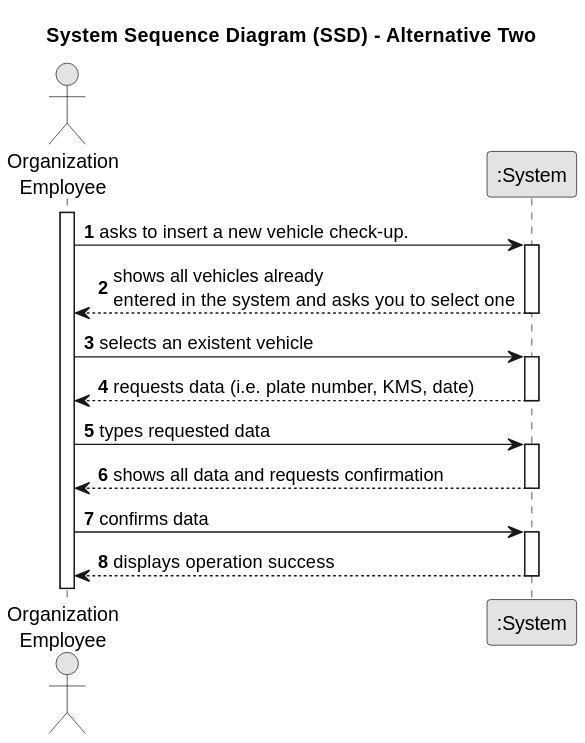
Earlier version of the PlantUML export docs/sprintA&B/us007/01.requirements-engineering/svg/us007-system-sequence-diagram-alternative-two.svg (daniel41silva05/ISEP_2023_2024_LAPR2). Its diagram source:
```plantuml
@startuml
skinparam monochrome true
skinparam packageStyle rectangle
skinparam shadowing false

title System Sequence Diagram (SSD) - Alternative Two

autonumber

actor "Organization\nEmployee" as Employee
participant ":System" as System

activate Employee

    Employee -> System : asks to insert a new vehicle check-up.
    activate System

        System --> Employee : shows all vehicles already \nentered in the system and asks you to select one
    deactivate System
    Employee -> System : selects an existent vehicle
    activate System

        System --> Employee : requests data (i.e. plate number, KMS, date)
    deactivate System

    Employee -> System : types requested data
    activate System


        System --> Employee : shows all data and requests confirmation
    deactivate System

    Employee -> System : confirms data
    activate System

        System --> Employee : displays operation success
    deactivate System
@enduml
```
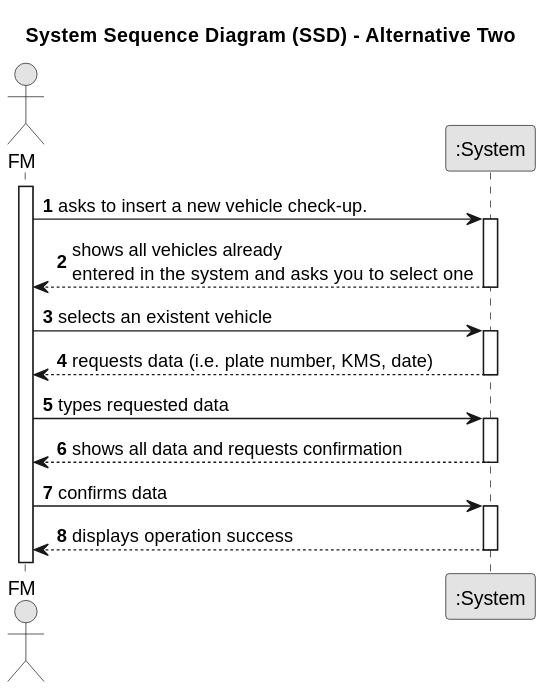
After the commit.

Change to the diagram source:
```diff
@@ -7,32 +7,32 @@
 
 autonumber
 
-actor "Organization\nEmployee" as Employee
+actor "FM" as FM
 participant ":System" as System
 
-activate Employee
+activate FM
 
-    Employee -> System : asks to insert a new vehicle check-up.
+    FM -> System : asks to insert a new vehicle check-up.
     activate System
 
-        System --> Employee : shows all vehicles already \nentered in the system and asks you to select one
+        System --> FM : shows all vehicles already \nentered in the system and asks you to select one
     deactivate System
-    Employee -> System : selects an existent vehicle
+    FM -> System : selects an existent vehicle
     activate System
 
-        System --> Employee : requests data (i.e. plate number, KMS, date)
+        System --> FM : requests data (i.e. plate number, KMS, date)
     deactivate System
 
-    Employee -> System : types requested data
+    FM -> System : types requested data
     activate System
 
 
-        System --> Employee : shows all data and requests confirmation
+        System --> FM : shows all data and requests confirmation
     deactivate System
 
-    Employee -> System : confirms data
+    FM -> System : confirms data
     activate System
 
-        System --> Employee : displays operation success
+        System --> FM : displays operation success
     deactivate System
 @enduml
```
